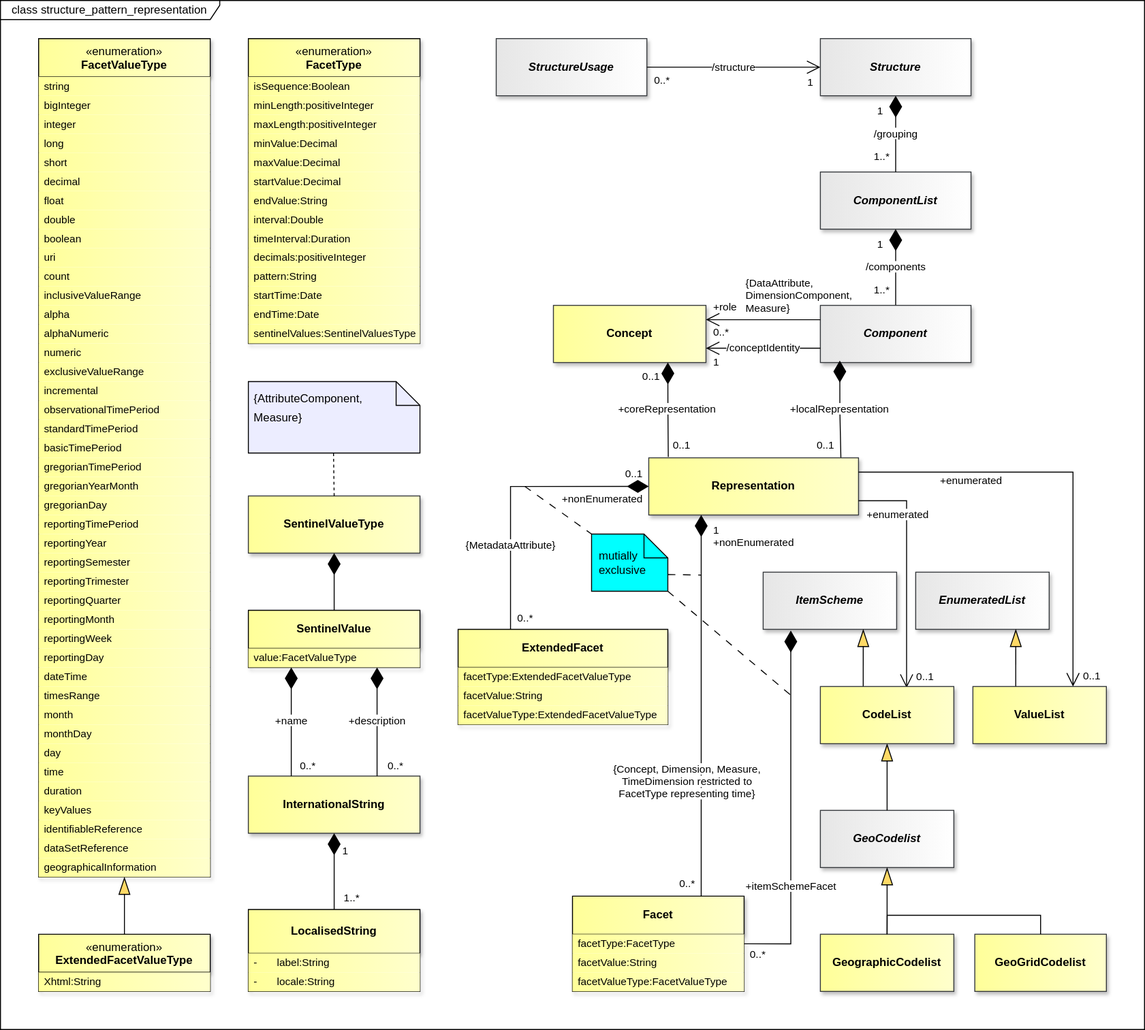
The draw.io diagram docs/information_model/media/sdmx_base-structure_pattern_representation.svg in dosse/sdmx-im, before a commit. Source tidied: cells renumbered, new cells last; positions are measured from the earlier drawing's top-left corner, leaving out a move shared by most shapes.
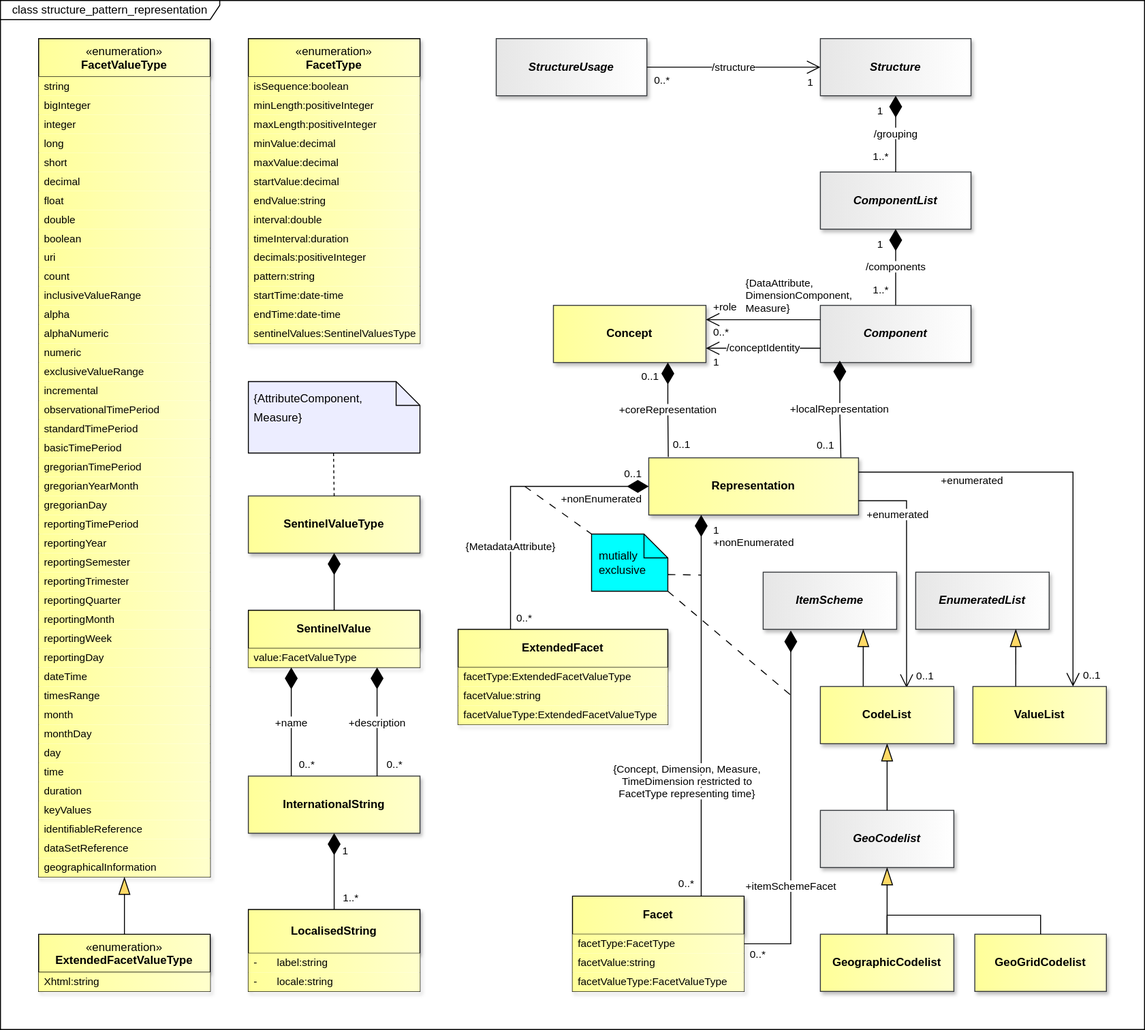
After the change.

Commit message:
https://github.com/sdmx-twg/sdmx-im/issues/1

Diff of the diagram source:
```diff
@@ -11,7 +11,7 @@
     <mxCell id="4" value="facetType:ExtendedFacetValueType" style="text;strokeColor=none;fillColor=light-dark(#FFFF99,#FFFF99);align=left;verticalAlign=middle;spacingLeft=4;spacingRight=4;overflow=hidden;whiteSpace=wrap;html=1;fontFamily=Helvetica;fontSize=11;fontColor=light-dark(#000000,#000000);gradientColor=light-dark(#FFFFCC,#FFFFCC);gradientDirection=east;" parent="3" vertex="1">
       <mxGeometry y="40" width="220" height="20" as="geometry" />
     </mxCell>
-    <mxCell id="5" value="facetValue:String" style="text;strokeColor=none;fillColor=light-dark(#FFFF99,#FFFF99);align=left;verticalAlign=middle;spacingLeft=4;spacingRight=4;overflow=hidden;whiteSpace=wrap;html=1;fontFamily=Helvetica;fontSize=11;fontColor=light-dark(#000000,#000000);gradientColor=light-dark(#FFFFCC,#FFFFCC);gradientDirection=east;" parent="3" vertex="1">
+    <mxCell id="5" value="facetValue:string" style="text;strokeColor=none;fillColor=light-dark(#FFFF99,#FFFF99);align=left;verticalAlign=middle;spacingLeft=4;spacingRight=4;overflow=hidden;whiteSpace=wrap;html=1;fontFamily=Helvetica;fontSize=11;fontColor=light-dark(#000000,#000000);gradientColor=light-dark(#FFFFCC,#FFFFCC);gradientDirection=east;" parent="3" vertex="1">
       <mxGeometry y="60" width="220" height="20" as="geometry" />
     </mxCell>
     <mxCell id="6" value="facetValueType:ExtendedFacetValueType" style="text;strokeColor=none;fillColor=light-dark(#FFFF99,#FFFF99);align=left;verticalAlign=middle;spacingLeft=4;spacingRight=4;overflow=hidden;whiteSpace=wrap;html=1;fontFamily=Helvetica;fontSize=11;fontColor=light-dark(#000000,#000000);gradientColor=light-dark(#FFFFCC,#FFFFCC);gradientDirection=east;" parent="3" vertex="1">
@@ -23,7 +23,7 @@
     <mxCell id="8" value="facetType:FacetType" style="text;strokeColor=none;fillColor=light-dark(#FFFF99,#FFFF99);align=left;verticalAlign=middle;spacingLeft=4;spacingRight=4;overflow=hidden;points=[[0,0.5],[1,0.5]];portConstraint=eastwest;whiteSpace=wrap;html=1;fontFamily=Helvetica;fontSize=11;fontColor=light-dark(#000000,#000000);gradientColor=light-dark(#FFFFCC,#FFFFCC);gradientDirection=east;" parent="7" vertex="1">
       <mxGeometry y="40" width="180" height="20" as="geometry" />
     </mxCell>
-    <mxCell id="9" value="facetValue:String" style="text;strokeColor=none;fillColor=light-dark(#FFFF99,#FFFF99);align=left;verticalAlign=middle;spacingLeft=4;spacingRight=4;overflow=hidden;whiteSpace=wrap;html=1;fontFamily=Helvetica;fontSize=11;fontColor=light-dark(#000000,#000000);gradientColor=light-dark(#FFFFCC,#FFFFCC);gradientDirection=east;" parent="7" vertex="1">
+    <mxCell id="9" value="facetValue:string" style="text;strokeColor=none;fillColor=light-dark(#FFFF99,#FFFF99);align=left;verticalAlign=middle;spacingLeft=4;spacingRight=4;overflow=hidden;whiteSpace=wrap;html=1;fontFamily=Helvetica;fontSize=11;fontColor=light-dark(#000000,#000000);gradientColor=light-dark(#FFFFCC,#FFFFCC);gradientDirection=east;" parent="7" vertex="1">
       <mxGeometry y="60" width="180" height="20" as="geometry" />
     </mxCell>
     <mxCell id="10" value="facetValueType:FacetValueType" style="text;strokeColor=none;fillColor=light-dark(#FFFF99,#FFFF99);align=left;verticalAlign=middle;spacingLeft=4;spacingRight=4;overflow=hidden;whiteSpace=wrap;html=1;fontFamily=Helvetica;fontSize=11;fontColor=light-dark(#000000,#000000);gradientColor=light-dark(#FFFFCC,#FFFFCC);gradientDirection=east;" parent="7" vertex="1">
@@ -107,7 +107,7 @@
     <mxCell id="36" value="&lt;span style=&quot;font-weight: normal;&quot;&gt;«enumeration»&lt;/span&gt;&lt;br&gt;FacetType" style="swimlane;fontStyle=1;align=center;verticalAlign=top;horizontal=1;startSize=40;whiteSpace=wrap;html=1;fillColor=light-dark(#FFFF99,#FFFF99);strokeColor=light-dark(#000000,#000000);gradientDirection=east;swimlaneLine=1;fontColor=light-dark(#000000,#000000);labelBackgroundColor=none;textShadow=0;gradientColor=light-dark(#FFFFCC,#FFFFCC);shadow=1;" parent="1" vertex="1">
       <mxGeometry x="260" y="40" width="180" height="320" as="geometry" />
     </mxCell>
-    <mxCell id="37" value="isSequence:Boolean" style="text;strokeColor=none;fillColor=light-dark(#FFFF99,#FFFF99);align=left;verticalAlign=middle;spacingLeft=4;spacingRight=4;overflow=hidden;whiteSpace=wrap;html=1;fontFamily=Helvetica;fontSize=11;fontColor=light-dark(#000000,#000000);gradientColor=light-dark(#FFFFCC,#FFFFCC);gradientDirection=east;" parent="36" vertex="1">
+    <mxCell id="37" value="isSequence:boolean" style="text;strokeColor=none;fillColor=light-dark(#FFFF99,#FFFF99);align=left;verticalAlign=middle;spacingLeft=4;spacingRight=4;overflow=hidden;whiteSpace=wrap;html=1;fontFamily=Helvetica;fontSize=11;fontColor=light-dark(#000000,#000000);gradientColor=light-dark(#FFFFCC,#FFFFCC);gradientDirection=east;" parent="36" vertex="1">
       <mxGeometry y="40" width="180" height="20" as="geometry" />
     </mxCell>
     <mxCell id="38" value="minLength:positiveInteger" style="text;strokeColor=none;fillColor=light-dark(#FFFF99,#FFFF99);align=left;verticalAlign=middle;spacingLeft=4;spacingRight=4;overflow=hidden;whiteSpace=wrap;html=1;fontFamily=Helvetica;fontSize=11;fontColor=light-dark(#000000,#000000);gradientColor=light-dark(#FFFFCC,#FFFFCC);gradientDirection=east;" parent="36" vertex="1">
@@ -116,34 +116,34 @@
     <mxCell id="39" value="maxLength:positiveInteger" style="text;strokeColor=none;fillColor=light-dark(#FFFF99,#FFFF99);align=left;verticalAlign=middle;spacingLeft=4;spacingRight=4;overflow=hidden;whiteSpace=wrap;html=1;fontFamily=Helvetica;fontSize=11;fontColor=light-dark(#000000,#000000);gradientColor=light-dark(#FFFFCC,#FFFFCC);gradientDirection=east;" parent="36" vertex="1">
       <mxGeometry y="80" width="180" height="20" as="geometry" />
     </mxCell>
-    <mxCell id="40" value="minValue:Decimal" style="text;strokeColor=none;fillColor=light-dark(#FFFF99,#FFFF99);align=left;verticalAlign=middle;spacingLeft=4;spacingRight=4;overflow=hidden;whiteSpace=wrap;html=1;fontFamily=Helvetica;fontSize=11;fontColor=light-dark(#000000,#000000);gradientColor=light-dark(#FFFFCC,#FFFFCC);gradientDirection=east;" parent="36" vertex="1">
+    <mxCell id="40" value="minValue:decimal" style="text;strokeColor=none;fillColor=light-dark(#FFFF99,#FFFF99);align=left;verticalAlign=middle;spacingLeft=4;spacingRight=4;overflow=hidden;whiteSpace=wrap;html=1;fontFamily=Helvetica;fontSize=11;fontColor=light-dark(#000000,#000000);gradientColor=light-dark(#FFFFCC,#FFFFCC);gradientDirection=east;" parent="36" vertex="1">
       <mxGeometry y="100" width="180" height="20" as="geometry" />
     </mxCell>
-    <mxCell id="41" value="maxValue:Decimal" style="text;strokeColor=none;fillColor=light-dark(#FFFF99,#FFFF99);align=left;verticalAlign=middle;spacingLeft=4;spacingRight=4;overflow=hidden;whiteSpace=wrap;html=1;fontFamily=Helvetica;fontSize=11;fontColor=light-dark(#000000,#000000);gradientColor=light-dark(#FFFFCC,#FFFFCC);gradientDirection=east;" parent="36" vertex="1">
+    <mxCell id="41" value="maxValue:decimal" style="text;strokeColor=none;fillColor=light-dark(#FFFF99,#FFFF99);align=left;verticalAlign=middle;spacingLeft=4;spacingRight=4;overflow=hidden;whiteSpace=wrap;html=1;fontFamily=Helvetica;fontSize=11;fontColor=light-dark(#000000,#000000);gradientColor=light-dark(#FFFFCC,#FFFFCC);gradientDirection=east;" parent="36" vertex="1">
       <mxGeometry y="120" width="180" height="20" as="geometry" />
     </mxCell>
-    <mxCell id="42" value="startValue:Decimal" style="text;strokeColor=none;fillColor=light-dark(#FFFF99,#FFFF99);align=left;verticalAlign=middle;spacingLeft=4;spacingRight=4;overflow=hidden;whiteSpace=wrap;html=1;fontFamily=Helvetica;fontSize=11;fontColor=light-dark(#000000,#000000);gradientColor=light-dark(#FFFFCC,#FFFFCC);gradientDirection=east;" parent="36" vertex="1">
+    <mxCell id="42" value="startValue:decimal" style="text;strokeColor=none;fillColor=light-dark(#FFFF99,#FFFF99);align=left;verticalAlign=middle;spacingLeft=4;spacingRight=4;overflow=hidden;whiteSpace=wrap;html=1;fontFamily=Helvetica;fontSize=11;fontColor=light-dark(#000000,#000000);gradientColor=light-dark(#FFFFCC,#FFFFCC);gradientDirection=east;" parent="36" vertex="1">
       <mxGeometry y="140" width="180" height="20" as="geometry" />
     </mxCell>
-    <mxCell id="43" value="endValue:String" style="text;strokeColor=none;fillColor=light-dark(#FFFF99,#FFFF99);align=left;verticalAlign=middle;spacingLeft=4;spacingRight=4;overflow=hidden;whiteSpace=wrap;html=1;fontFamily=Helvetica;fontSize=11;fontColor=light-dark(#000000,#000000);gradientColor=light-dark(#FFFFCC,#FFFFCC);gradientDirection=east;" parent="36" vertex="1">
+    <mxCell id="43" value="endValue:string" style="text;strokeColor=none;fillColor=light-dark(#FFFF99,#FFFF99);align=left;verticalAlign=middle;spacingLeft=4;spacingRight=4;overflow=hidden;whiteSpace=wrap;html=1;fontFamily=Helvetica;fontSize=11;fontColor=light-dark(#000000,#000000);gradientColor=light-dark(#FFFFCC,#FFFFCC);gradientDirection=east;" parent="36" vertex="1">
       <mxGeometry y="160" width="180" height="20" as="geometry" />
     </mxCell>
-    <mxCell id="44" value="interval:Double" style="text;strokeColor=none;fillColor=light-dark(#FFFF99,#FFFF99);align=left;verticalAlign=middle;spacingLeft=4;spacingRight=4;overflow=hidden;whiteSpace=wrap;html=1;fontFamily=Helvetica;fontSize=11;fontColor=light-dark(#000000,#000000);gradientColor=light-dark(#FFFFCC,#FFFFCC);gradientDirection=east;" parent="36" vertex="1">
+    <mxCell id="44" value="interval:double" style="text;strokeColor=none;fillColor=light-dark(#FFFF99,#FFFF99);align=left;verticalAlign=middle;spacingLeft=4;spacingRight=4;overflow=hidden;whiteSpace=wrap;html=1;fontFamily=Helvetica;fontSize=11;fontColor=light-dark(#000000,#000000);gradientColor=light-dark(#FFFFCC,#FFFFCC);gradientDirection=east;" parent="36" vertex="1">
       <mxGeometry y="180" width="180" height="20" as="geometry" />
     </mxCell>
-    <mxCell id="45" value="timeInterval:Duration" style="text;strokeColor=none;fillColor=light-dark(#FFFF99,#FFFF99);align=left;verticalAlign=middle;spacingLeft=4;spacingRight=4;overflow=hidden;whiteSpace=wrap;html=1;fontFamily=Helvetica;fontSize=11;fontColor=light-dark(#000000,#000000);gradientColor=light-dark(#FFFFCC,#FFFFCC);gradientDirection=east;" parent="36" vertex="1">
+    <mxCell id="45" value="timeInterval:duration" style="text;strokeColor=none;fillColor=light-dark(#FFFF99,#FFFF99);align=left;verticalAlign=middle;spacingLeft=4;spacingRight=4;overflow=hidden;whiteSpace=wrap;html=1;fontFamily=Helvetica;fontSize=11;fontColor=light-dark(#000000,#000000);gradientColor=light-dark(#FFFFCC,#FFFFCC);gradientDirection=east;" parent="36" vertex="1">
       <mxGeometry y="200" width="180" height="20" as="geometry" />
     </mxCell>
     <mxCell id="46" value="decimals:positiveInteger" style="text;strokeColor=none;fillColor=light-dark(#FFFF99,#FFFF99);align=left;verticalAlign=middle;spacingLeft=4;spacingRight=4;overflow=hidden;whiteSpace=wrap;html=1;fontFamily=Helvetica;fontSize=11;fontColor=light-dark(#000000,#000000);gradientColor=light-dark(#FFFFCC,#FFFFCC);gradientDirection=east;" parent="36" vertex="1">
       <mxGeometry y="220" width="180" height="20" as="geometry" />
     </mxCell>
-    <mxCell id="47" value="pattern:String" style="text;strokeColor=none;fillColor=light-dark(#FFFF99,#FFFF99);align=left;verticalAlign=middle;spacingLeft=4;spacingRight=4;overflow=hidden;whiteSpace=wrap;html=1;fontFamily=Helvetica;fontSize=11;fontColor=light-dark(#000000,#000000);gradientColor=light-dark(#FFFFCC,#FFFFCC);gradientDirection=east;" parent="36" vertex="1">
+    <mxCell id="47" value="pattern:string" style="text;strokeColor=none;fillColor=light-dark(#FFFF99,#FFFF99);align=left;verticalAlign=middle;spacingLeft=4;spacingRight=4;overflow=hidden;whiteSpace=wrap;html=1;fontFamily=Helvetica;fontSize=11;fontColor=light-dark(#000000,#000000);gradientColor=light-dark(#FFFFCC,#FFFFCC);gradientDirection=east;" parent="36" vertex="1">
       <mxGeometry y="240" width="180" height="20" as="geometry" />
     </mxCell>
-    <mxCell id="48" value="startTime:Date" style="text;strokeColor=none;fillColor=light-dark(#FFFF99,#FFFF99);align=left;verticalAlign=middle;spacingLeft=4;spacingRight=4;overflow=hidden;whiteSpace=wrap;html=1;fontFamily=Helvetica;fontSize=11;fontColor=light-dark(#000000,#000000);gradientColor=light-dark(#FFFFCC,#FFFFCC);gradientDirection=east;" parent="36" vertex="1">
+    <mxCell id="48" value="startTime:date-time" style="text;strokeColor=none;fillColor=light-dark(#FFFF99,#FFFF99);align=left;verticalAlign=middle;spacingLeft=4;spacingRight=4;overflow=hidden;whiteSpace=wrap;html=1;fontFamily=Helvetica;fontSize=11;fontColor=light-dark(#000000,#000000);gradientColor=light-dark(#FFFFCC,#FFFFCC);gradientDirection=east;" parent="36" vertex="1">
       <mxGeometry y="260" width="180" height="20" as="geometry" />
     </mxCell>
-    <mxCell id="49" value="endTime:Date" style="text;strokeColor=none;fillColor=light-dark(#FFFF99,#FFFF99);align=left;verticalAlign=middle;spacingLeft=4;spacingRight=4;overflow=hidden;whiteSpace=wrap;html=1;fontFamily=Helvetica;fontSize=11;fontColor=light-dark(#000000,#000000);gradientColor=light-dark(#FFFFCC,#FFFFCC);gradientDirection=east;" parent="36" vertex="1">
+    <mxCell id="49" value="endTime:date-time" style="text;strokeColor=none;fillColor=light-dark(#FFFF99,#FFFF99);align=left;verticalAlign=middle;spacingLeft=4;spacingRight=4;overflow=hidden;whiteSpace=wrap;html=1;fontFamily=Helvetica;fontSize=11;fontColor=light-dark(#000000,#000000);gradientColor=light-dark(#FFFFCC,#FFFFCC);gradientDirection=east;" parent="36" vertex="1">
       <mxGeometry y="280" width="180" height="20" as="geometry" />
     </mxCell>
     <mxCell id="50" value="sentinelValues:SentinelValuesType" style="text;strokeColor=none;fillColor=light-dark(#FFFF99,#FFFF99);align=left;verticalAlign=middle;spacingLeft=4;spacingRight=4;overflow=hidden;whiteSpace=wrap;html=1;fontFamily=Helvetica;fontSize=11;fontColor=light-dark(#000000,#000000);gradientColor=light-dark(#FFFFCC,#FFFFCC);gradientDirection=east;" parent="36" vertex="1">
@@ -281,7 +281,7 @@
     <mxCell id="94" value="&lt;span style=&quot;font-weight: normal;&quot;&gt;«enumeration»&lt;/span&gt;&lt;br&gt;ExtendedFacetValueType" style="swimlane;fontStyle=1;align=center;verticalAlign=top;horizontal=1;startSize=40;whiteSpace=wrap;html=1;fillColor=light-dark(#FFFF99,#FFFF99);strokeColor=light-dark(#000000,#000000);gradientDirection=east;swimlaneLine=1;fontColor=light-dark(#000000,#000000);labelBackgroundColor=none;textShadow=0;gradientColor=light-dark(#FFFFCC,#FFFFCC);shadow=1;" parent="1" vertex="1">
       <mxGeometry x="40" y="980" width="180" height="60" as="geometry" />
     </mxCell>
-    <mxCell id="95" value="Xhtml:String" style="text;strokeColor=none;fillColor=light-dark(#FFFF99,#FFFF99);align=left;verticalAlign=middle;spacingLeft=4;spacingRight=4;overflow=hidden;whiteSpace=wrap;html=1;fontFamily=Helvetica;fontSize=11;fontColor=light-dark(#000000,#000000);gradientColor=light-dark(#FFFFCC,#FFFFCC);gradientDirection=east;" parent="94" vertex="1">
+    <mxCell id="95" value="Xhtml:string" style="text;strokeColor=none;fillColor=light-dark(#FFFF99,#FFFF99);align=left;verticalAlign=middle;spacingLeft=4;spacingRight=4;overflow=hidden;whiteSpace=wrap;html=1;fontFamily=Helvetica;fontSize=11;fontColor=light-dark(#000000,#000000);gradientColor=light-dark(#FFFFCC,#FFFFCC);gradientDirection=east;" parent="94" vertex="1">
       <mxGeometry y="40" width="180" height="20" as="geometry" />
     </mxCell>
     <mxCell id="96" style="endArrow=blockThin;endSize=16;endFill=1;html=1;rounded=0;exitX=0.5;exitY=0;exitDx=0;exitDy=0;startFill=0;endFillColor=light-dark(#FFD966,#FFD966);strokeColor=light-dark(#000000,#FFFFFF);startFillColor=light-dark(#000000,#FFFFFF);labelBackgroundColor=none;labelBorderColor=light-dark(#000000,#FFFFFF);entryX=0.5;entryY=1;entryDx=0;entryDy=0;" parent="1" edge="1" source="94" target="51">
@@ -309,10 +309,10 @@
     <mxCell id="102" value="LocalisedString" style="swimlane;fontStyle=1;align=center;verticalAlign=middle;horizontal=1;startSize=46;whiteSpace=wrap;html=1;fillColor=light-dark(#FFFF99,#FFFF99);strokeColor=light-dark(#000000,#000000);gradientDirection=east;swimlaneLine=1;fontColor=light-dark(#000000,#000000);labelBackgroundColor=none;textShadow=0;gradientColor=light-dark(#FFFFCC,#FFFFCC);shadow=1;" parent="1" vertex="1">
       <mxGeometry x="260" y="954" width="180" height="86" as="geometry" />
     </mxCell>
-    <mxCell id="103" value="-&lt;span style=&quot;white-space: pre;&quot;&gt;&#9;&lt;/span&gt;label:String" style="text;strokeColor=none;fillColor=light-dark(#FFFF99,#FFFF99);align=left;verticalAlign=middle;spacingLeft=4;spacingRight=4;overflow=hidden;whiteSpace=wrap;html=1;fontSize=11;gradientColor=light-dark(#FFFFCC,#FFFFCC);gradientDirection=east;fontColor=light-dark(#000000,#000000);strokeWidth=0;" parent="102" vertex="1">
+    <mxCell id="103" value="-&lt;span style=&quot;white-space: pre;&quot;&gt;&#9;&lt;/span&gt;label:string" style="text;strokeColor=none;fillColor=light-dark(#FFFF99,#FFFF99);align=left;verticalAlign=middle;spacingLeft=4;spacingRight=4;overflow=hidden;whiteSpace=wrap;html=1;fontSize=11;gradientColor=light-dark(#FFFFCC,#FFFFCC);gradientDirection=east;fontColor=light-dark(#000000,#000000);strokeWidth=0;" parent="102" vertex="1">
       <mxGeometry y="46" width="180" height="20" as="geometry" />
     </mxCell>
-    <mxCell id="104" value="-&lt;span style=&quot;white-space: pre;&quot;&gt;&#9;&lt;/span&gt;locale:String" style="text;strokeColor=none;fillColor=light-dark(#FFFF99,#FFFF99);align=left;verticalAlign=middle;spacingLeft=4;spacingRight=4;overflow=hidden;whiteSpace=wrap;html=1;fontSize=11;gradientColor=light-dark(#FFFFCC,#FFFFCC);gradientDirection=east;fontColor=light-dark(#000000,#000000);strokeWidth=0;" parent="102" vertex="1">
+    <mxCell id="104" value="-&lt;span style=&quot;white-space: pre;&quot;&gt;&#9;&lt;/span&gt;locale:string" style="text;strokeColor=none;fillColor=light-dark(#FFFF99,#FFFF99);align=left;verticalAlign=middle;spacingLeft=4;spacingRight=4;overflow=hidden;whiteSpace=wrap;html=1;fontSize=11;gradientColor=light-dark(#FFFFCC,#FFFFCC);gradientDirection=east;fontColor=light-dark(#000000,#000000);strokeWidth=0;" parent="102" vertex="1">
       <mxGeometry y="66" width="180" height="20" as="geometry" />
     </mxCell>
     <mxCell id="105" style="endArrow=none;html=1;endSize=12;startArrow=diamondThin;startSize=20;startFill=1;edgeStyle=orthogonalEdgeStyle;rounded=0;exitX=0.5;exitY=1;exitDx=0;exitDy=0;endFill=0;strokeColor=light-dark(#000000,#FFFFFF);fontColor=light-dark(#000000,#FFFFFF);labelBackgroundColor=none;entryX=0.5;entryY=0;entryDx=0;entryDy=0;" parent="1" edge="1" source="97" target="102">
```
